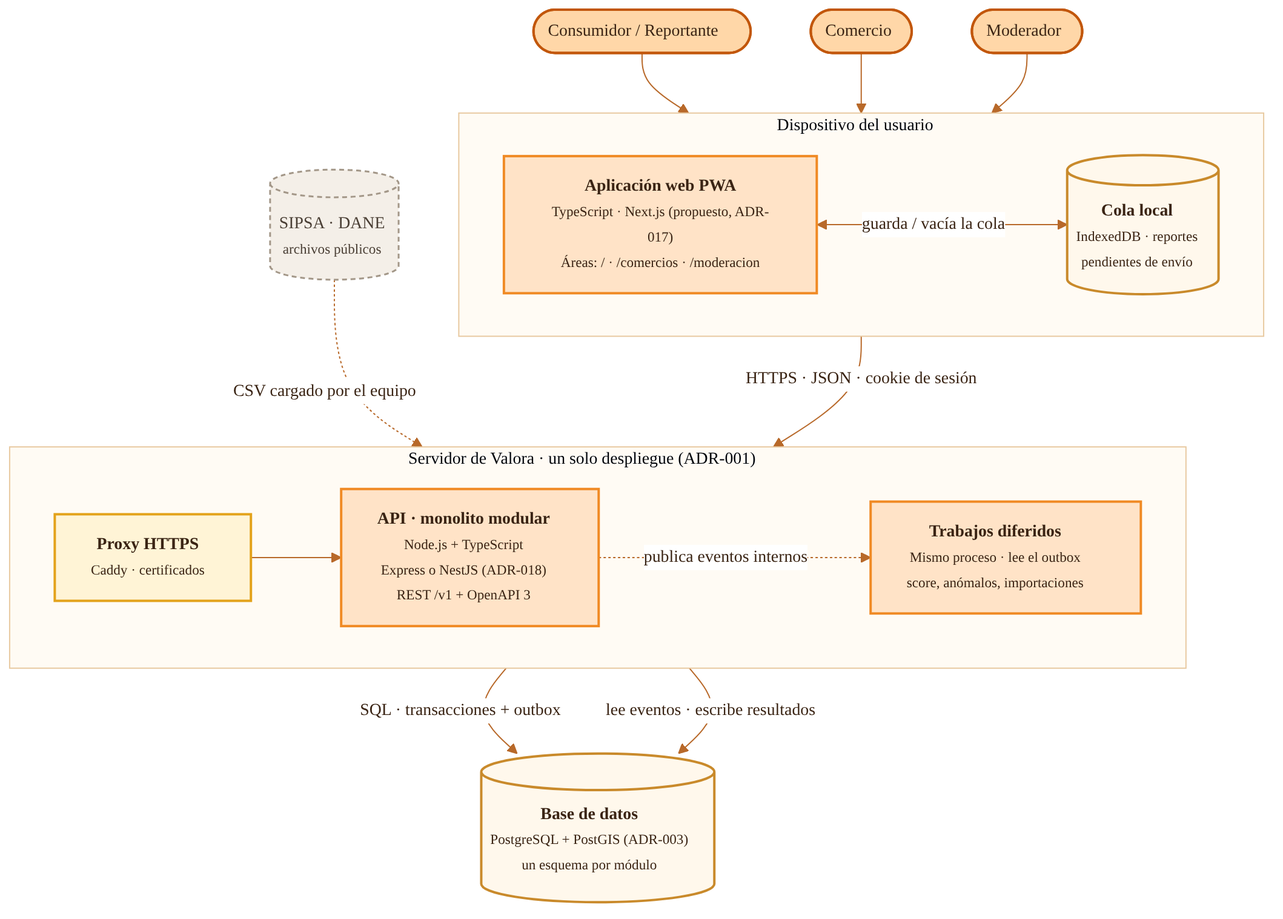
Above: docs/diagramas/02-c4-contenedores.png in JuanJo0775/Sistema_valora_B (Mermaid), before the change. Its source is kept beside it as docs/diagramas/02-c4-contenedores.mmd.
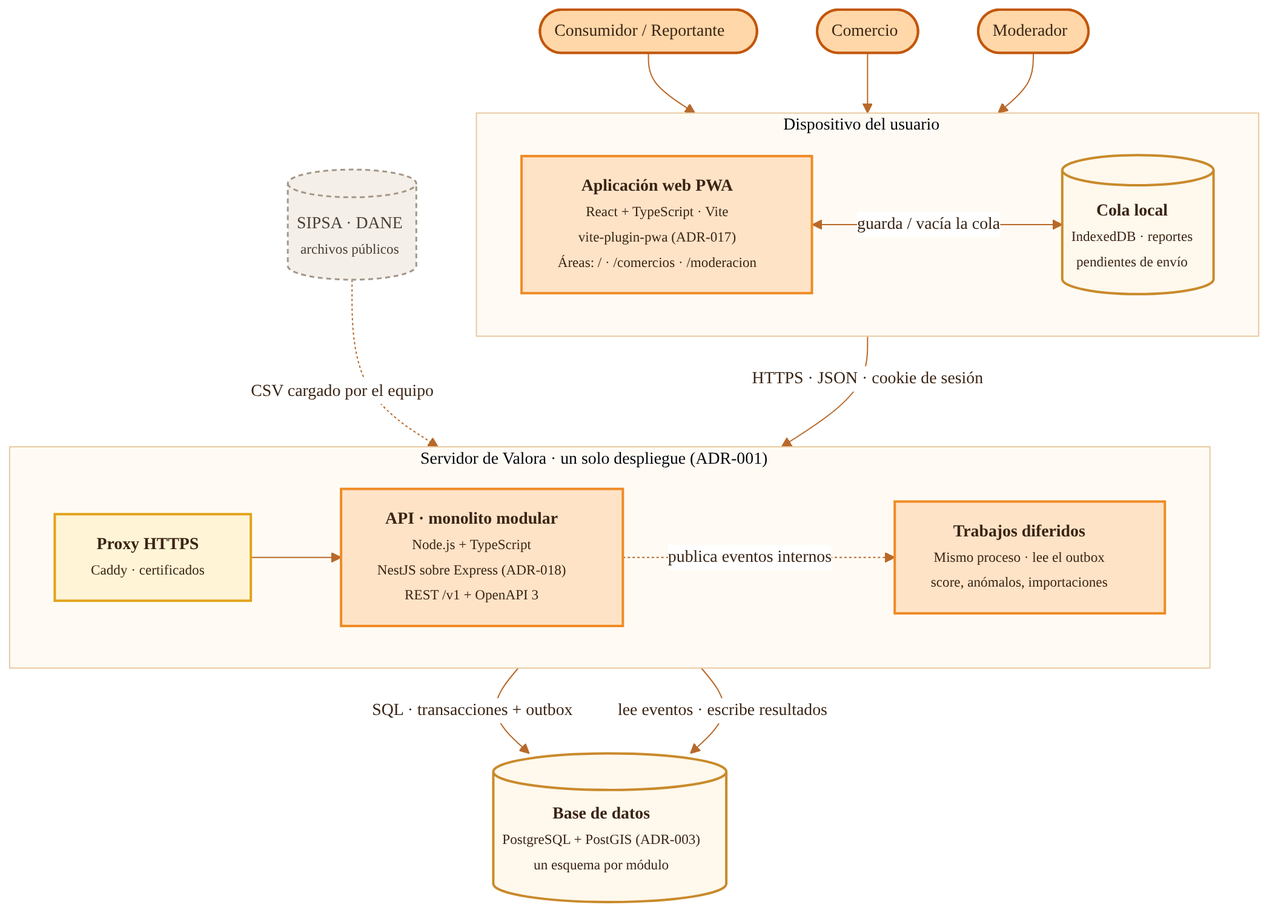
Later version of the same file.

Commit message:
docs: registrar frameworks aceptados (React + Vite y NestJS)

Change to the diagram source:
```diff
@@ -5,13 +5,13 @@
   MOD(["Moderador"]):::persona
   subgraph DEV["Dispositivo del usuario"]
     direction LR
-    WEB["<b>Aplicación web PWA</b><br/><small>TypeScript · Next.js (propuesto, ADR-017)<br/>Áreas: / · /comercios · /moderacion</small>"]:::nucleo
+    WEB["<b>Aplicación web PWA</b><br/><small>React + TypeScript · Vite<br/>vite-plugin-pwa (ADR-017)<br/>Áreas: / · /comercios · /moderacion</small>"]:::nucleo
     IDB[("<b>Cola local</b><br/><small>IndexedDB · reportes<br/>pendientes de envío</small>")]:::datos
   end
   subgraph SRV["Servidor de Valora · un solo despliegue (ADR-001)"]
     direction LR
     PX["<b>Proxy HTTPS</b><br/><small>Caddy · certificados</small>"]:::soporte
-    APP["<b>API · monolito modular</b><br/><small>Node.js + TypeScript<br/>Express o NestJS (ADR-018)<br/>REST /v1 + OpenAPI 3</small>"]:::nucleo
+    APP["<b>API · monolito modular</b><br/><small>Node.js + TypeScript<br/>NestJS sobre Express (ADR-018)<br/>REST /v1 + OpenAPI 3</small>"]:::nucleo
     JOB["<b>Trabajos diferidos</b><br/><small>Mismo proceso · lee el outbox<br/>score, anómalos, importaciones</small>"]:::nucleo
   end
   DB[("<b>Base de datos</b><br/><small>PostgreSQL + PostGIS (ADR-003)<br/>un esquema por módulo</small>")]:::datos
```
